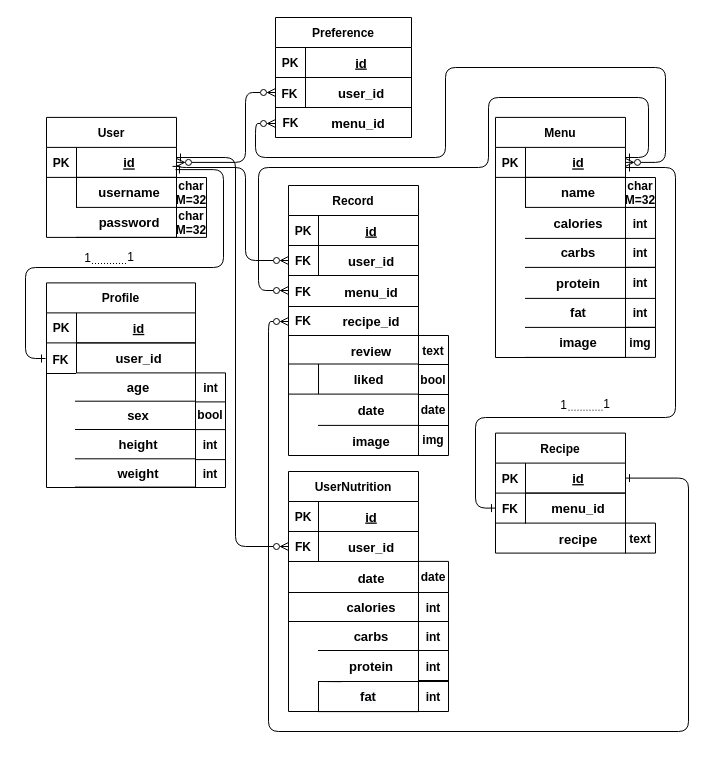
This is diagrams/Backend ER Diagram.drawio from swsnu/swpp2021-team5, a draw.io file, before an edit. Source tidied: cells renumbered, new cells numbered last; positions are measured from the earlier drawing's top-left corner, leaving out a move shared by most shapes. Both pictures are drawn from the tidied source at 100%, with x=0, y=0 at pixel (25, 17).
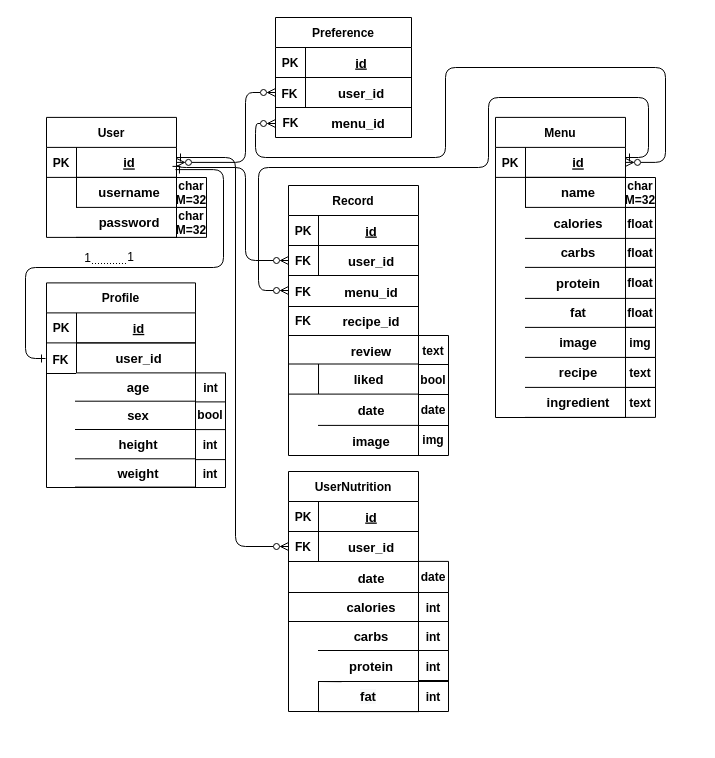
Above is the later version.

What changed in the source:
```diff
@@
-    <mxCell id="2" style="group;" parent="1" vertex="1">
-      <mxGeometry x="470" y="415.6" width="130" height="121" as="geometry" />
-    </mxCell>
-    <mxCell id="3" value="Recipe" style="shape=table;startSize=30;childLayout=tableLayout;rowLines=0;fontStyle=1;align=center;" parent="2" vertex="1">
-      <mxGeometry width="130" height="120" as="geometry" />
-    </mxCell>
-    <mxCell id="4" style="shape=partialRectangle;fillColor=none;points=[[0,0.5],[1,0.5]];portConstraint=eastwest;top=0;left=0;right=0;bottom=1;" parent="3" vertex="1">
-      <mxGeometry y="30" width="130" height="30" as="geometry" />
-    </mxCell>
-    <mxCell id="5" value="PK" style="shape=partialRectangle;overflow=hidden;fillColor=none;top=0;left=0;bottom=0;right=0;fontStyle=1;" parent="4" vertex="1">
-      <mxGeometry width="30" height="30" as="geometry" />
-    </mxCell>
-    <mxCell id="6" value="id" style="shape=partialRectangle;overflow=hidden;fillColor=none;top=0;left=0;bottom=0;right=0;align=center;spacingLeft=6;fontStyle=5;fontSize=13;" parent="4" vertex="1">
-      <mxGeometry x="30" width="100" height="30" as="geometry" />
-    </mxCell>
-    <mxCell id="7" style="shape=partialRectangle;fillColor=none;points=[[0,0.5],[1,0.5]];portConstraint=eastwest;top=0;left=0;right=0;bottom=0;" parent="3" vertex="1">
-      <mxGeometry y="60" width="130" height="30" as="geometry" />
-    </mxCell>
-    <mxCell id="8" style="shape=partialRectangle;overflow=hidden;fillColor=none;top=0;left=0;bottom=0;right=0;" parent="7" vertex="1">
-      <mxGeometry width="30" height="30" as="geometry" />
-    </mxCell>
-    <mxCell id="9" value="menu_id" style="shape=partialRectangle;overflow=hidden;fillColor=none;top=1;left=0;bottom=1;right=0;align=center;spacingLeft=6;fontStyle=1;fontSize=13;" parent="7" vertex="1">
-      <mxGeometry x="30" width="100" height="30" as="geometry" />
-    </mxCell>
-    <mxCell id="10" style="shape=partialRectangle;overflow=hidden;fillColor=none;top=0;left=0;bottom=0;right=0;" parent="2" vertex="1">
-      <mxGeometry y="91" width="30" height="30" as="geometry" />
-    </mxCell>
-    <mxCell id="11" value="recipe" style="shape=partialRectangle;overflow=hidden;fillColor=none;top=0;left=0;bottom=0;right=0;align=center;spacingLeft=6;fontStyle=1;fontSize=13;" parent="2" vertex="1">
-      <mxGeometry x="30" y="91" width="100" height="30" as="geometry" />
-    </mxCell>
-    <mxCell id="12" value="FK" style="shape=partialRectangle;overflow=hidden;fillColor=none;top=0;left=0;bottom=1;right=0;fontStyle=1;" parent="2" vertex="1">
-      <mxGeometry y="60" width="30" height="30" as="geometry" />
-    </mxCell>
@@
-    <mxCell id="24" style="edgeStyle=orthogonalEdgeStyle;endArrow=ERone;startArrow=ERone;endFill=0;startFill=0;strokeColor=default;labelBackgroundColor=default;fontColor=default;" parent="1" edge="1" source="7">
-      <mxGeometry relative="1" as="geometry">
-        <mxPoint x="600" y="150" as="targetPoint" />
-        <Array as="points">
-          <mxPoint x="450" y="491" />
-          <mxPoint x="450" y="400" />
-          <mxPoint x="650" y="400" />
-          <mxPoint x="650" y="150" />
-        </Array>
-      </mxGeometry>
-    </mxCell>
@@
-    <mxCell id="26" style="edgeStyle=orthogonalEdgeStyle;endArrow=ERzeroToMany;startArrow=ERone;endFill=0;startFill=0;exitX=1;exitY=0.5;exitDx=0;exitDy=0;strokeColor=default;labelBackgroundColor=default;fontColor=default;" parent="1" edge="1" source="4">
-      <mxGeometry relative="1" as="geometry">
-        <mxPoint x="263" y="304" as="targetPoint" />
-        <Array as="points">
-          <mxPoint x="663" y="461" />
-          <mxPoint x="663" y="714" />
-          <mxPoint x="243" y="714" />
-          <mxPoint x="243" y="304" />
-        </Array>
-      </mxGeometry>
-    </mxCell>
@@
-    <mxCell id="74" style="group;fontColor=default;" parent="1" vertex="1">
-      <mxGeometry x="540" y="392.7" width="45" height="2" as="geometry" />
-    </mxCell>
-    <mxCell id="75" style="endArrow=none;html=1;rounded=0;dashed=1;dashPattern=1 2;labelBackgroundColor=default;fontColor=default;strokeColor=default;" parent="74" edge="1">
-      <mxGeometry relative="1" as="geometry">
-        <mxPoint as="sourcePoint" />
-        <mxPoint x="40" as="targetPoint" />
-      </mxGeometry>
-    </mxCell>
-    <mxCell id="76" value="1" style="html=1;align=right;verticalAlign=bottom;fontColor=default;strokeColor=default;fillColor=default;labelBackgroundColor=default;" parent="75" vertex="1">
-      <mxGeometry x="1" relative="1" as="geometry">
-        <mxPoint x="-38" y="3" as="offset" />
-      </mxGeometry>
-    </mxCell>
-    <mxCell id="77" value="1" style="html=1;align=right;verticalAlign=bottom;fontColor=default;strokeColor=default;fillColor=default;labelBackgroundColor=default;" parent="74" vertex="1">
-      <mxGeometry x="40" y="-7" as="geometry">
-        <mxPoint x="5" y="9" as="offset" />
-      </mxGeometry>
-    </mxCell>
@@
-    <mxCell id="94" value="text" style="shape=partialRectangle;overflow=hidden;fillColor=none;top=1;left=0;bottom=1;right=1;fontStyle=1;strokeColor=default;fontColor=default;" parent="1" vertex="1">
-      <mxGeometry x="600" y="505.6" width="30" height="30" as="geometry" />
-    </mxCell>
@@
-    <mxCell id="98" value="int" style="shape=partialRectangle;overflow=hidden;fillColor=none;top=1;left=0;bottom=0;right=1;fontStyle=1;strokeColor=default;fontColor=default;" parent="1" vertex="1">
+    <mxCell id="98" value="float" style="shape=partialRectangle;overflow=hidden;fillColor=none;top=1;left=0;bottom=0;right=1;fontStyle=1;strokeColor=default;fontColor=default;" parent="1" vertex="1">
       <mxGeometry x="600" y="189.9" width="30" height="32" as="geometry" />
     </mxCell>
-    <mxCell id="99" value="int" style="shape=partialRectangle;overflow=hidden;fillColor=none;top=1;left=0;bottom=1;right=1;fontStyle=1;strokeColor=default;fontColor=default;" parent="1" vertex="1">
+    <mxCell id="99" value="float" style="shape=partialRectangle;overflow=hidden;fillColor=none;top=1;left=0;bottom=1;right=1;fontStyle=1;strokeColor=default;fontColor=default;" parent="1" vertex="1">
       <mxGeometry x="600" y="220.9" width="30" height="29" as="geometry" />
     </mxCell>
-    <mxCell id="100" value="int" style="shape=partialRectangle;overflow=hidden;fillColor=none;top=1;left=0;bottom=1;right=1;fontStyle=1;strokeColor=default;fontColor=default;" parent="1" vertex="1">
+    <mxCell id="100" value="float" style="shape=partialRectangle;overflow=hidden;fillColor=none;top=1;left=0;bottom=1;right=1;fontStyle=1;strokeColor=default;fontColor=default;" parent="1" vertex="1">
       <mxGeometry x="600" y="249.9" width="30" height="31" as="geometry" />
     </mxCell>
-    <mxCell id="101" value="int" style="shape=partialRectangle;overflow=hidden;fillColor=none;top=0;left=0;bottom=1;right=1;fontStyle=1;strokeColor=default;fontColor=default;" parent="1" vertex="1">
+    <mxCell id="101" value="float" style="shape=partialRectangle;overflow=hidden;fillColor=none;top=0;left=0;bottom=1;right=1;fontStyle=1;strokeColor=default;fontColor=default;" parent="1" vertex="1">
       <mxGeometry x="600" y="280" width="30" height="29.9" as="geometry" />
     </mxCell>
@@
     <mxCell id="114" value="Menu" style="shape=table;startSize=30;childLayout=tableLayout;rowLines=0;fontStyle=1;align=center;" parent="1" vertex="1">
-      <mxGeometry x="470" y="99.9" width="130" height="240.1" as="geometry" />
+      <mxGeometry x="470" y="99.9" width="130" height="300.1" as="geometry" />
     </mxCell>
@@
+    <mxCell id="11" value="recipe" style="shape=partialRectangle;overflow=hidden;fillColor=none;top=0;left=0;bottom=1;right=0;align=center;spacingLeft=6;fontStyle=1;fontSize=13;" parent="1" vertex="1">
+      <mxGeometry x="500" y="339.9" width="100" height="30" as="geometry" />
+    </mxCell>
+    <mxCell id="135" value="text" style="shape=partialRectangle;overflow=hidden;fillColor=none;top=1;left=0;bottom=1;right=1;fontStyle=1;strokeColor=default;fontColor=default;" parent="1" vertex="1">
+      <mxGeometry x="600" y="340" width="30" height="30" as="geometry" />
+    </mxCell>
+    <mxCell id="136" value="ingredient" style="shape=partialRectangle;overflow=hidden;fillColor=none;top=0;left=0;bottom=1;right=0;align=center;spacingLeft=6;fontStyle=1;fontSize=13;" parent="1" vertex="1">
+      <mxGeometry x="500" y="370" width="100" height="29.9" as="geometry" />
+    </mxCell>
+    <mxCell id="137" value="text" style="shape=partialRectangle;overflow=hidden;fillColor=none;top=1;left=0;bottom=1;right=1;fontStyle=1;strokeColor=default;fontColor=default;" parent="1" vertex="1">
+      <mxGeometry x="600" y="369.9" width="30" height="30" as="geometry" />
+    </mxCell>
```
